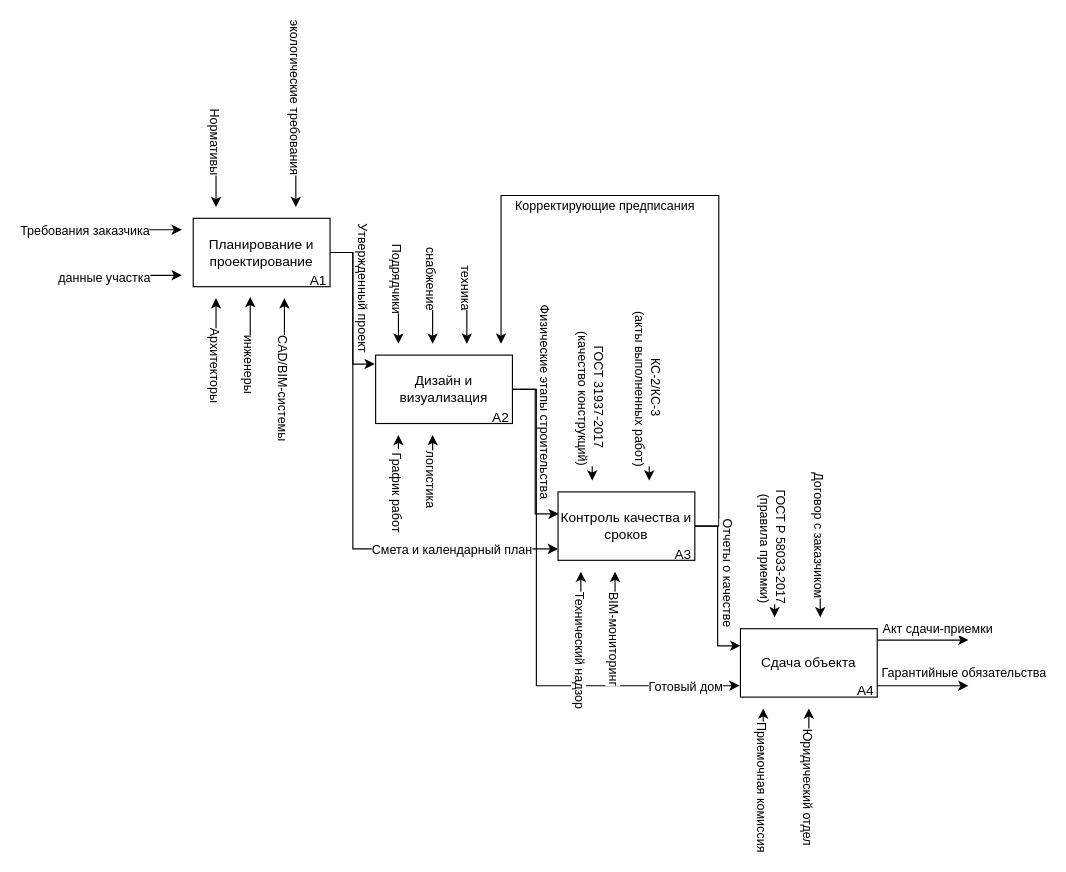
Earlier version of the draw.io diagram diagrams/IDEF_DECOMP.drawio (lLegionl/BuildYourDream). Source tidied: cells renumbered, new cells numbered last; positions are measured from the earlier drawing's top-left corner, leaving out a move shared by most shapes. Both pictures are drawn from the tidied source at 114%, with x=0, y=0 at pixel (124, 149).
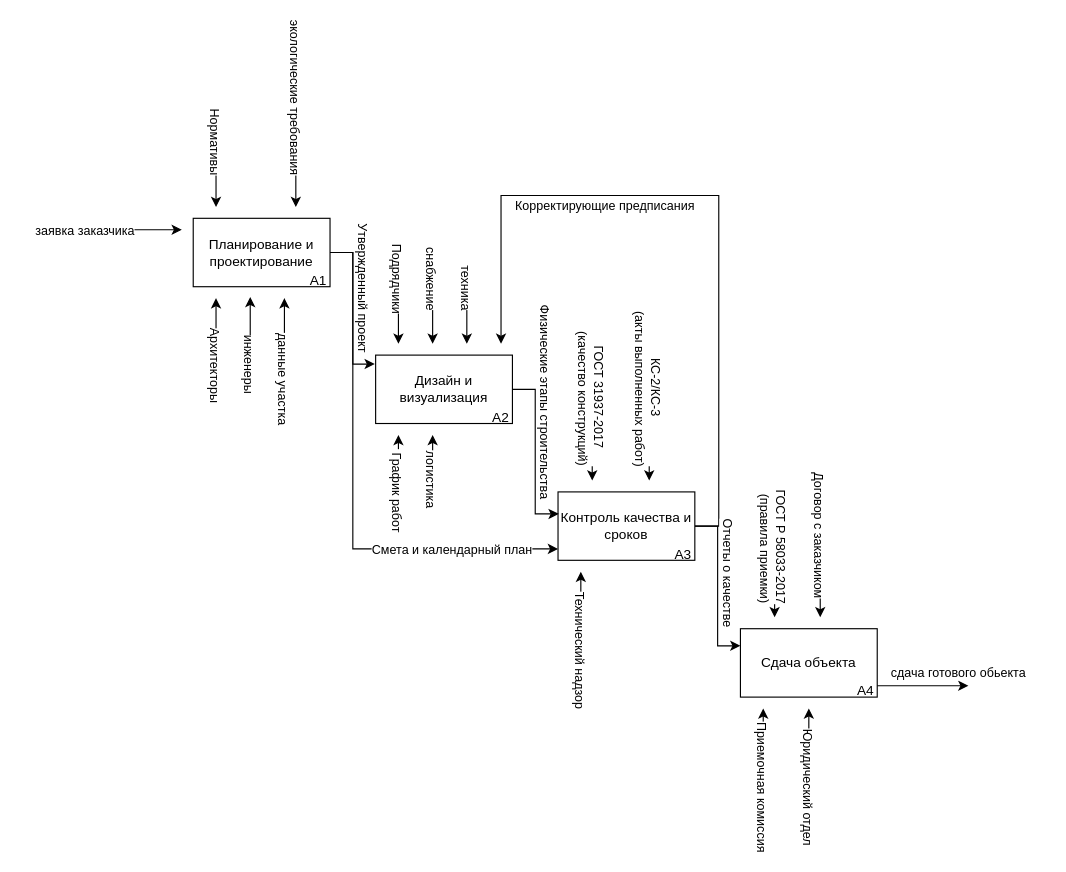
The same page after the edit.

Unchanged cells that the change refers to:
```xml
<mxCell id="7" value="Дизайн и визуализация" style="rounded=0;whiteSpace=wrap;html=1;" parent="1" vertex="1">
  <mxGeometry x="220" y="180" width="120" height="60" as="geometry" />
</mxCell>
<mxCell id="24" style="endArrow=classic;html=1;rounded=0;" parent="1" edge="1">
  <mxGeometry relative="1" as="geometry">
    <mxPoint y="70" as="sourcePoint" />
    <mxPoint x="50" y="70" as="targetPoint" />
  </mxGeometry>
</mxCell>
<mxCell id="32" value="Сдача объекта" style="rounded=0;whiteSpace=wrap;html=1;" parent="1" vertex="1">
  <mxGeometry x="540" y="420" width="120" height="60" as="geometry" />
</mxCell>
<mxCell id="64" style="endArrow=classic;html=1;rounded=0;" parent="1" edge="1">
  <mxGeometry relative="1" as="geometry">
    <mxPoint x="660" y="470" as="sourcePoint" />
    <mxPoint x="740" y="470" as="targetPoint" />
  </mxGeometry>
</mxCell>
```

What changed in the source:
```diff
@@
-    <mxCell id="5" style="edgeStyle=orthogonalEdgeStyle;rounded=0;jettySize=auto;html=1;entryX=-0.007;entryY=0.832;entryDx=0;entryDy=0;entryPerimeter=0;" parent="1" edge="1" source="7" target="32">
-      <mxGeometry relative="1" as="geometry">
-        <Array as="points">
-          <mxPoint x="361" y="210" />
-          <mxPoint x="361" y="470" />
-          <mxPoint x="530" y="470" />
-        </Array>
-      </mxGeometry>
-    </mxCell>
-    <mxCell id="6" value="Готовый дом" style="edgeLabel;html=1;align=center;verticalAlign=middle;" parent="5" vertex="1">
-      <mxGeometry x="0.79" relative="1" as="geometry" />
-    </mxCell>
@@
-    <mxCell id="22" style="endArrow=classic;html=1;rounded=0;" parent="1" edge="1">
-      <mxGeometry relative="1" as="geometry">
-        <mxPoint x="140" y="170" as="sourcePoint" />
-        <mxPoint x="140" y="130" as="targetPoint" />
-      </mxGeometry>
-    </mxCell>
-    <mxCell id="23" value="CAD/BIM-системы" style="edgeLabel;html=1;align=center;verticalAlign=middle;rotation=90;" parent="22" vertex="1">
-      <mxGeometry x="-0.92" relative="1" as="geometry">
-        <mxPoint y="40" as="offset" />
-      </mxGeometry>
-    </mxCell>
@@
-    <mxCell id="25" value="Требования заказчика" style="edgeLabel;html=1;align=center;verticalAlign=middle;" parent="24" vertex="1">
+    <mxCell id="25" value="заявка заказчика" style="edgeLabel;html=1;align=center;verticalAlign=middle;" parent="24" vertex="1">
       <mxGeometry x="-0.43" relative="1" as="geometry">
         <mxPoint x="-50" as="offset" />
       </mxGeometry>
     </mxCell>
     <mxCell id="26" style="endArrow=classic;html=1;rounded=0;" parent="1" edge="1">
       <mxGeometry relative="1" as="geometry">
-        <mxPoint y="110" as="sourcePoint" />
-        <mxPoint x="50" y="110" as="targetPoint" />
+        <mxPoint x="140" y="190" as="sourcePoint" />
+        <mxPoint x="140" y="130" as="targetPoint" />
       </mxGeometry>
     </mxCell>
-    <mxCell id="27" value="данные участка" style="edgeLabel;html=1;align=center;verticalAlign=middle;" parent="26" vertex="1">
+    <mxCell id="27" value="данные участка" style="edgeLabel;html=1;align=center;verticalAlign=middle;rotation=90;" parent="26" vertex="1">
       <mxGeometry x="-0.57" y="-1" relative="1" as="geometry">
-        <mxPoint x="-30" as="offset" />
+        <mxPoint x="-1" y="23" as="offset" />
       </mxGeometry>
     </mxCell>
@@
-    <mxCell id="52" style="endArrow=classic;html=1;rounded=0;" parent="1" edge="1">
-      <mxGeometry relative="1" as="geometry">
-        <mxPoint x="430" y="410" as="sourcePoint" />
-        <mxPoint x="430" y="370" as="targetPoint" />
-      </mxGeometry>
-    </mxCell>
-    <mxCell id="53" value="BIM-мониторинг" style="edgeLabel;html=1;align=center;verticalAlign=middle;rotation=90;" parent="52" vertex="1">
-      <mxGeometry x="-0.92" relative="1" as="geometry">
-        <mxPoint y="20" as="offset" />
-      </mxGeometry>
-    </mxCell>
@@
-    <mxCell id="62" style="endArrow=classic;html=1;rounded=0;" parent="1" edge="1">
-      <mxGeometry relative="1" as="geometry">
-        <mxPoint x="660" y="430" as="sourcePoint" />
-        <mxPoint x="740" y="430" as="targetPoint" />
-      </mxGeometry>
-    </mxCell>
-    <mxCell id="63" value="Акт сдачи-приемки" style="edgeLabel;html=1;align=center;verticalAlign=middle;" parent="62" vertex="1">
-      <mxGeometry x="0.55" y="1" relative="1" as="geometry">
-        <mxPoint x="-10" y="-10" as="offset" />
-      </mxGeometry>
-    </mxCell>
@@
-    <mxCell id="65" value="Гарантийные обязательства" style="edgeLabel;html=1;align=center;verticalAlign=middle;" parent="64" vertex="1">
+    <mxCell id="65" value="сдача готового обьекта" style="edgeLabel;html=1;align=center;verticalAlign=middle;" parent="64" vertex="1">
       <mxGeometry x="-0.13" y="2" relative="1" as="geometry">
-        <mxPoint x="40" y="-10" as="offset" />
+        <mxPoint x="35" y="-10" as="offset" />
       </mxGeometry>
     </mxCell>
```
